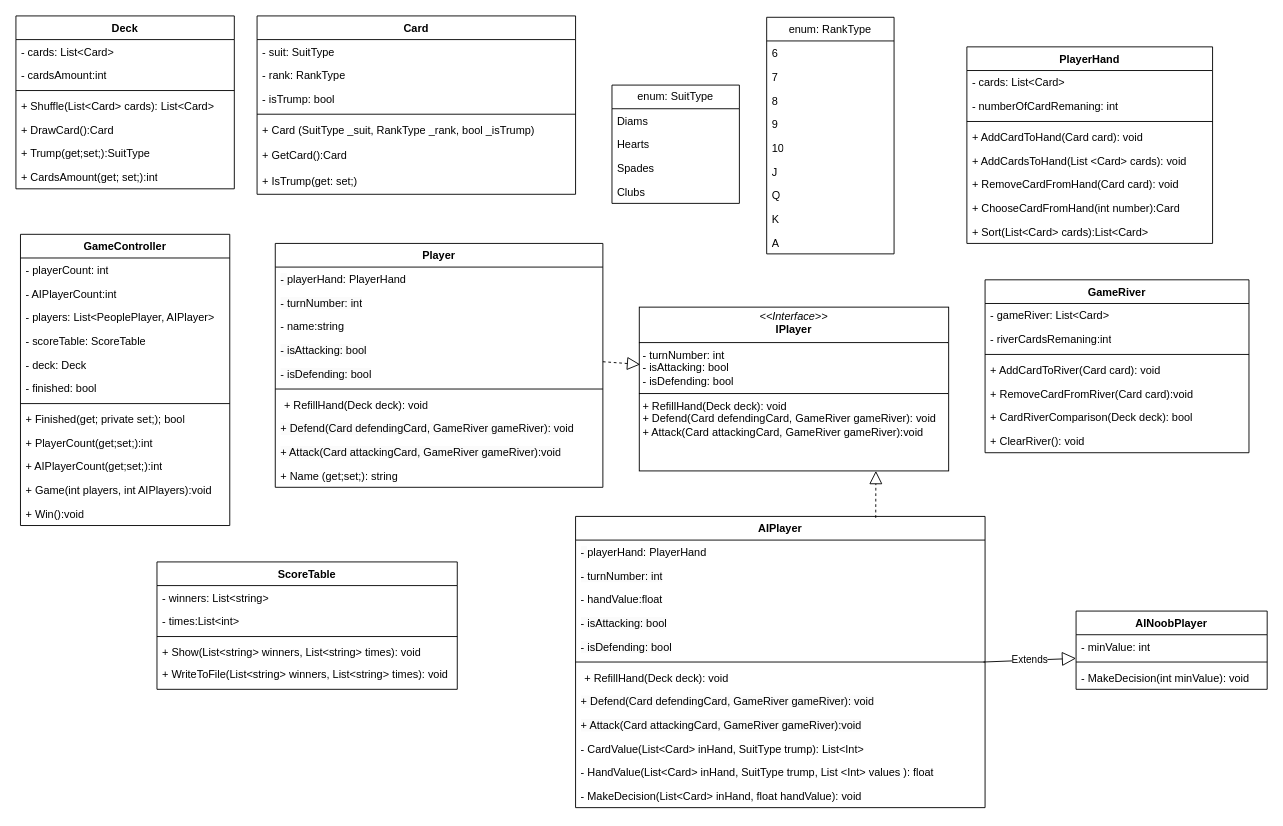
The draw.io diagram Docs/ДуракМодель.drawio in Stebusha/TheFool, before the edit. Source tidied: cells renumbered, new cells numbered last; positions are measured from the earlier drawing's top-left corner, leaving out a move shared by most shapes. Both pictures are drawn from the tidied source at 91%, with x=0, y=0 at pixel (15, 15).
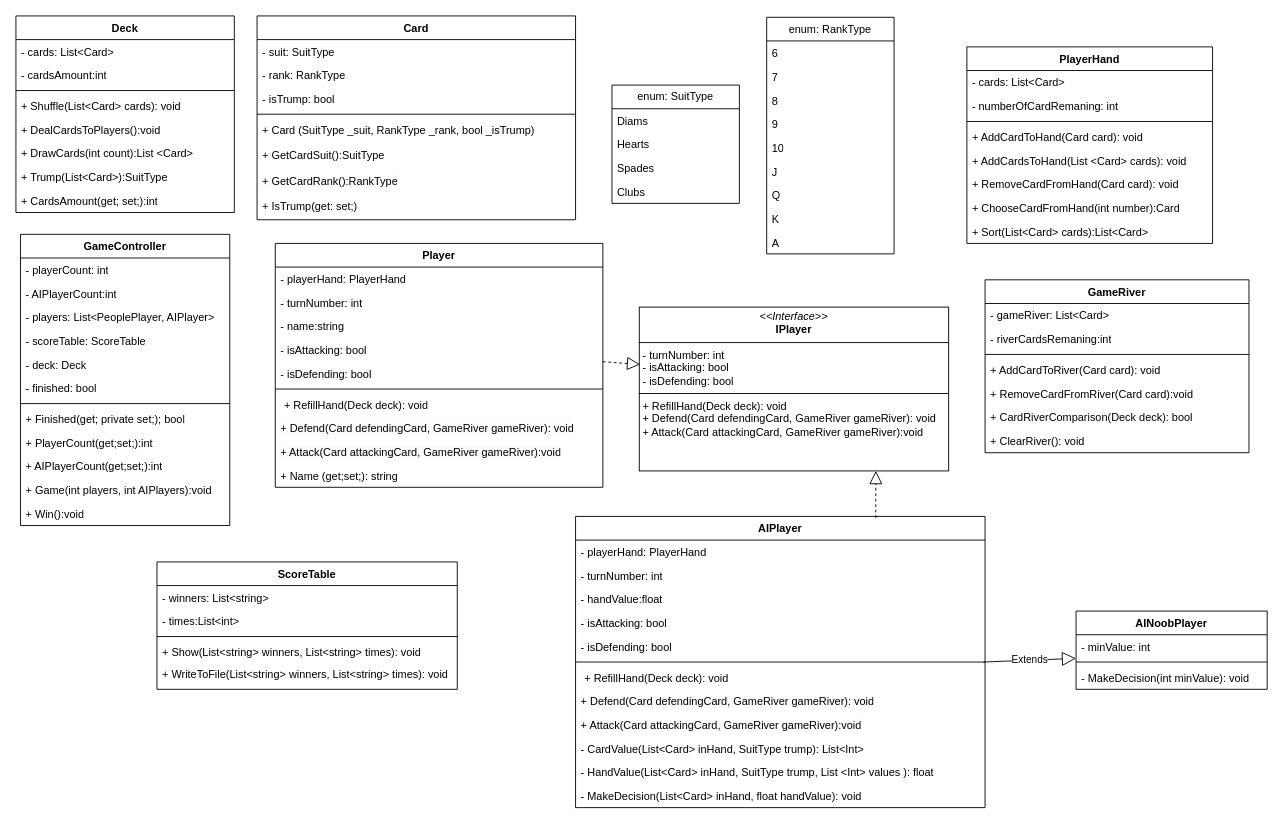
The same diagram, later.

The edit, as a diff of the source:
```diff
@@
     <mxCell id="31" value="&lt;b&gt;Deck&lt;/b&gt;" style="swimlane;fontStyle=1;align=center;verticalAlign=top;horizontal=1;startSize=26;whiteSpace=wrap;html=1;" parent="1" vertex="1">
-      <mxGeometry width="240" height="190" as="geometry" />
+      <mxGeometry width="240" height="216" as="geometry" />
     </mxCell>
@@
-    <mxCell id="35" value="+ Shuffle(List&amp;lt;Card&amp;gt; cards): List&amp;lt;Card&amp;gt;" style="text;strokeColor=none;fillColor=none;align=left;verticalAlign=top;spacingLeft=4;spacingRight=4;overflow=hidden;whiteSpace=wrap;html=1;" parent="31" vertex="1">
+    <mxCell id="35" value="+ Shuffle(List&amp;lt;Card&amp;gt; cards): void" style="text;strokeColor=none;fillColor=none;align=left;verticalAlign=top;spacingLeft=4;spacingRight=4;overflow=hidden;whiteSpace=wrap;html=1;" parent="31" vertex="1">
       <mxGeometry y="86" width="240" height="26" as="geometry" />
     </mxCell>
+    <mxCell id="101" value="+ DealCardsToPlayers():void&lt;div&gt;&lt;br&gt;&lt;/div&gt;" style="text;strokeColor=none;fillColor=none;align=left;verticalAlign=top;spacingLeft=4;spacingRight=4;overflow=hidden;whiteSpace=wrap;html=1;" parent="31" vertex="1">
+      <mxGeometry y="112" width="240" height="26" as="geometry" />
+    </mxCell>
-    <mxCell id="36" value="+ DrawCard():Card" style="text;strokeColor=none;fillColor=none;align=left;verticalAlign=top;spacingLeft=4;spacingRight=4;overflow=hidden;whiteSpace=wrap;html=1;" parent="31" vertex="1">
-      <mxGeometry y="112" width="240" height="26" as="geometry" />
+    <mxCell id="36" value="+ DrawCards(int count):List &amp;lt;Card&amp;gt;" style="text;strokeColor=none;fillColor=none;align=left;verticalAlign=top;spacingLeft=4;spacingRight=4;overflow=hidden;whiteSpace=wrap;html=1;" parent="31" vertex="1">
+      <mxGeometry y="138" width="240" height="26" as="geometry" />
     </mxCell>
-    <mxCell id="37" value="+ Trump(get;set;):Suit&lt;span style=&quot;background-color: initial;&quot;&gt;Type&lt;/span&gt;" style="text;strokeColor=none;fillColor=none;align=left;verticalAlign=top;spacingLeft=4;spacingRight=4;overflow=hidden;whiteSpace=wrap;html=1;" parent="31" vertex="1">
-      <mxGeometry y="138" width="240" height="26" as="geometry" />
+    <mxCell id="37" value="+ Trump(List&amp;lt;Card&amp;gt;):Suit&lt;span style=&quot;background-color: initial;&quot;&gt;Type&lt;/span&gt;" style="text;strokeColor=none;fillColor=none;align=left;verticalAlign=top;spacingLeft=4;spacingRight=4;overflow=hidden;whiteSpace=wrap;html=1;" parent="31" vertex="1">
+      <mxGeometry y="164" width="240" height="26" as="geometry" />
     </mxCell>
     <mxCell id="38" value="+ CardsAmount(get; set;):int" style="text;strokeColor=none;fillColor=none;align=left;verticalAlign=top;spacingLeft=4;spacingRight=4;overflow=hidden;whiteSpace=wrap;html=1;" parent="31" vertex="1">
-      <mxGeometry y="164" width="240" height="26" as="geometry" />
+      <mxGeometry y="190" width="240" height="26" as="geometry" />
     </mxCell>
@@
     <mxCell id="56" value="Card" style="swimlane;fontStyle=1;align=center;verticalAlign=top;horizontal=1;startSize=26;whiteSpace=wrap;html=1;" parent="1" vertex="1">
-      <mxGeometry x="265" width="350" height="196" as="geometry" />
+      <mxGeometry x="265" width="350" height="224" as="geometry" />
     </mxCell>
@@
-    <mxCell id="62" value="+ GetCard():Card" style="text;strokeColor=none;fillColor=none;align=left;verticalAlign=top;spacingLeft=4;spacingRight=4;overflow=hidden;whiteSpace=wrap;html=1;" parent="56" vertex="1">
+    <mxCell id="62" value="+ GetCardSuit():SuitType" style="text;strokeColor=none;fillColor=none;align=left;verticalAlign=top;spacingLeft=4;spacingRight=4;overflow=hidden;whiteSpace=wrap;html=1;" parent="56" vertex="1">
       <mxGeometry y="140" width="350" height="28" as="geometry" />
     </mxCell>
+    <mxCell id="102" value="&lt;span style=&quot;color: rgb(0, 0, 0); font-family: Helvetica; font-size: 12px; font-style: normal; font-variant-ligatures: normal; font-variant-caps: normal; font-weight: 400; letter-spacing: normal; orphans: 2; text-align: left; text-indent: 0px; text-transform: none; widows: 2; word-spacing: 0px; -webkit-text-stroke-width: 0px; white-space: normal; background-color: rgb(251, 251, 251); text-decoration-thickness: initial; text-decoration-style: initial; text-decoration-color: initial; display: inline !important; float: none;&quot;&gt;+ GetCardRank():RankType&lt;/span&gt;&lt;div&gt;&lt;br/&gt;&lt;/div&gt;" style="text;strokeColor=none;fillColor=none;align=left;verticalAlign=top;spacingLeft=4;spacingRight=4;overflow=hidden;whiteSpace=wrap;html=1;" parent="56" vertex="1">
+      <mxGeometry y="168" width="350" height="28" as="geometry" />
+    </mxCell>
     <mxCell id="63" value="+ IsTrump(get: set;)" style="text;strokeColor=none;fillColor=none;align=left;verticalAlign=top;spacingLeft=4;spacingRight=4;overflow=hidden;whiteSpace=wrap;html=1;" parent="56" vertex="1">
-      <mxGeometry y="168" width="350" height="28" as="geometry" />
+      <mxGeometry y="196" width="350" height="28" as="geometry" />
     </mxCell>
```
